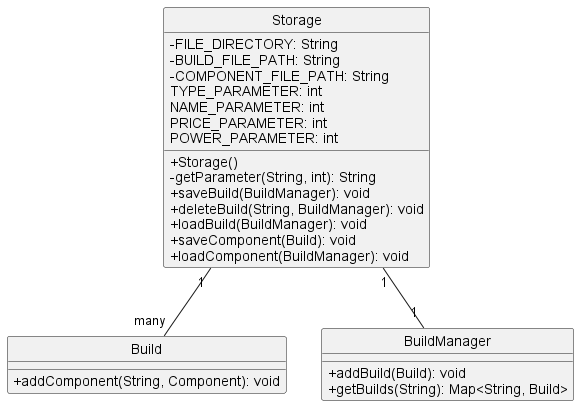
Earlier version of the PlantUML export docs/images/Storage.png (nus-cs2113-AY2223S1/tp).
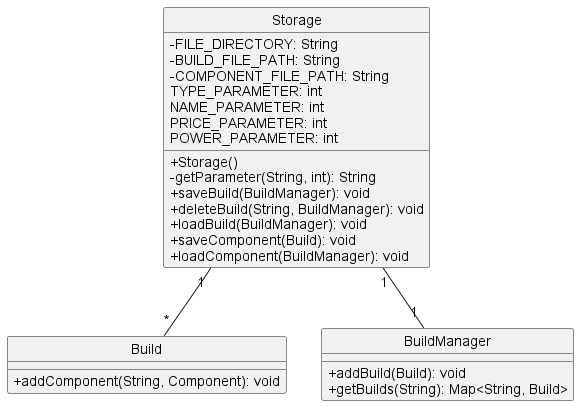
After the commit.

Diff of the diagram source:
```diff
@@ -32,6 +32,6 @@
 }
 
 Storage "1"--"1" BuildManager
-Storage "1"--"many" Build
+Storage "1"--"*" Build
 
 @enduml
```
